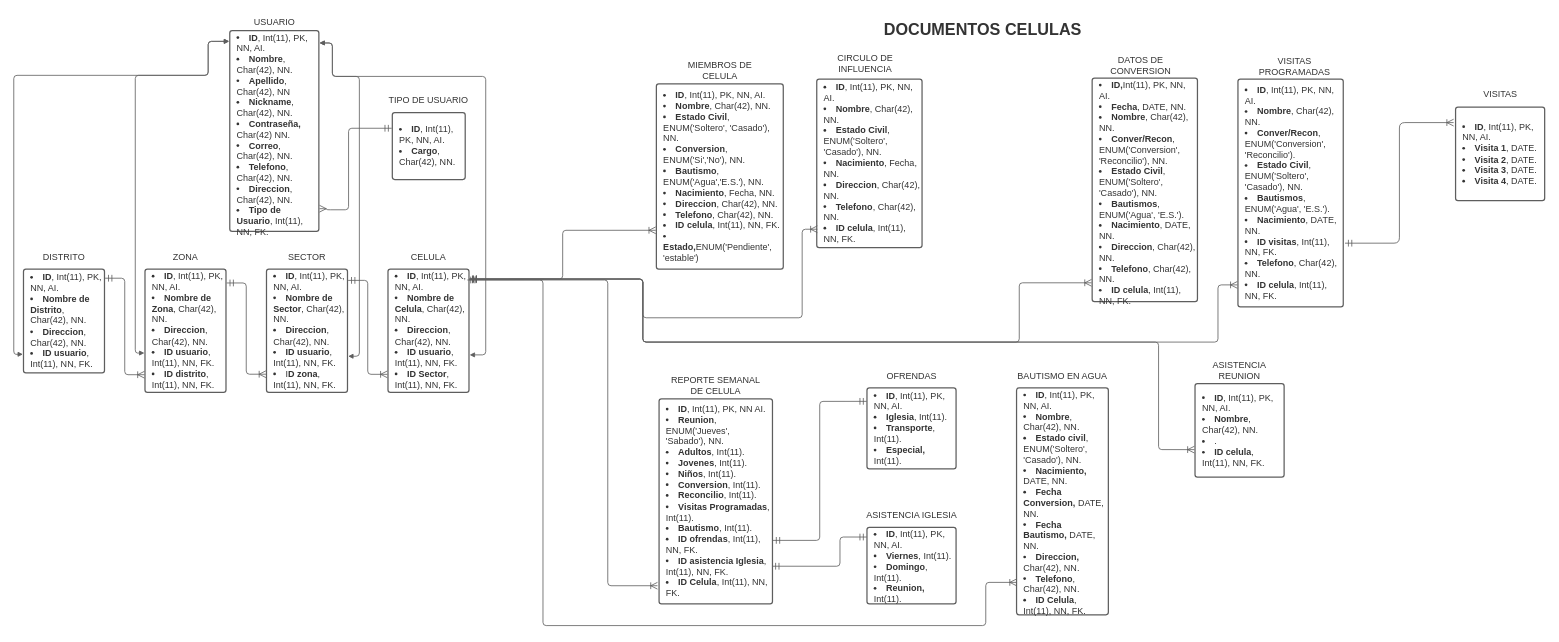
Before: page "entidad-relacion" (1 of 2) of Diagrama 1.drawio in KJCarvajal/la-cosecha, a draw.io diagram. Source tidied: cells renumbered, new cells numbered last; positions are measured from the earlier drawing's top-left corner, leaving out a move shared by most shapes. Both pictures are drawn from the tidied source at 54%, with x=0, y=0 at pixel (14, 10).
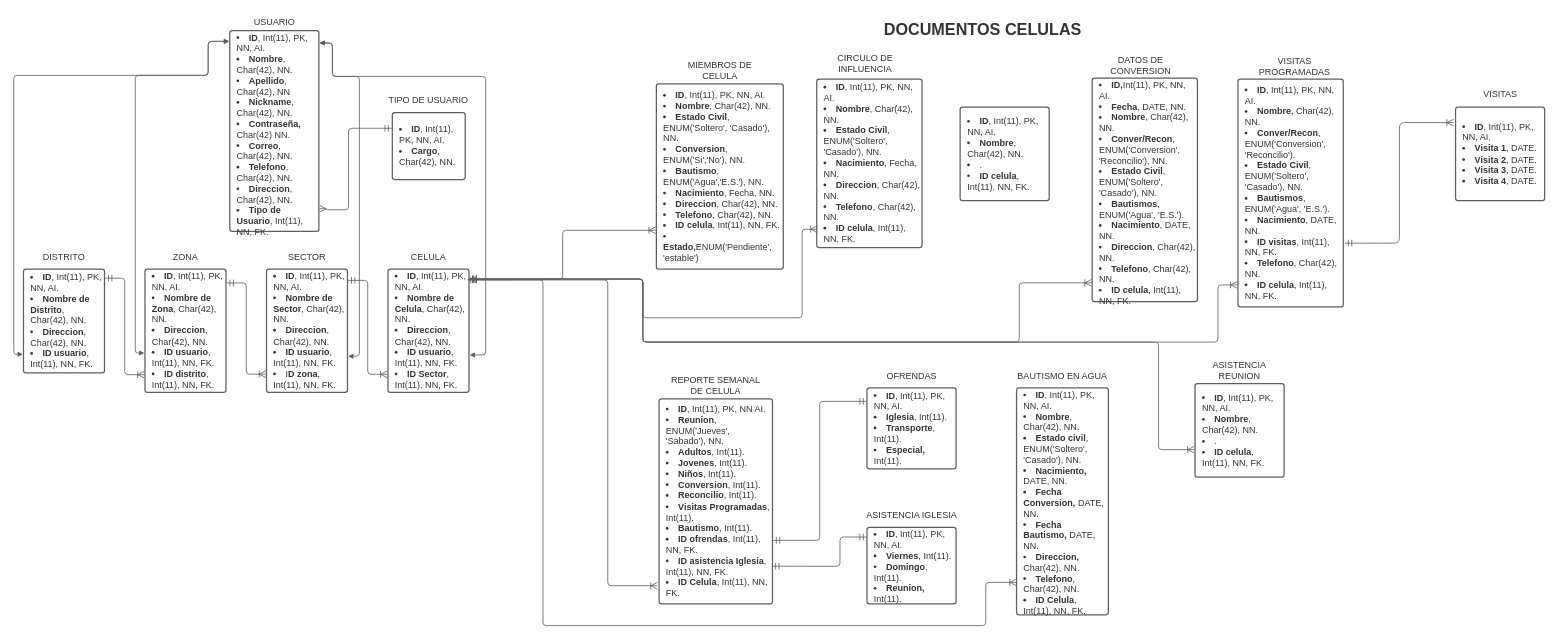
Above is the later version.

What changed in the source:
```diff
@@
+    <mxCell id="53" value="&lt;ul style=&quot;margin: 0px ; padding-left: 10px ; list-style-position: inside ; list-style-type: disc&quot;&gt;&lt;li style=&quot;text-align: left ; color: #333333 ; font-size: 16.7px&quot;&gt;&lt;span style=&quot;margin-left: 0px ; margin-top: -2px&quot;&gt;&lt;span style=&quot;font-size: 16.7px ; color: #333333 ; font-weight: bold&quot;&gt;ID&lt;/span&gt;&lt;span style=&quot;font-size: 16.7px ; color: #333333&quot;&gt;, Int(11), PK, NN, AI.&lt;/span&gt;&lt;/span&gt;&lt;/li&gt;&lt;li style=&quot;text-align: left ; color: #333333 ; font-size: 16.7px&quot;&gt;&lt;span style=&quot;margin-left: 0px ; margin-top: -2px&quot;&gt;&lt;span style=&quot;font-size: 16.7px ; color: #333333&quot;&gt;&lt;span style=&quot;font-size: 16.7px ; color: #333333 ; font-weight: bold&quot;&gt;Nombre&lt;/span&gt;, Char(42), NN.&lt;/span&gt;&lt;/span&gt;&lt;/li&gt;&lt;li style=&quot;text-align: left ; color: #333333 ; font-size: 16.7px&quot;&gt;&lt;span style=&quot;margin-left: 0px ; margin-top: -2px&quot;&gt;&lt;span style=&quot;font-size: 16.7px ; color: #333333&quot;&gt;.&lt;/span&gt;&lt;/span&gt;&lt;/li&gt;&lt;li style=&quot;text-align: left ; color: #333333 ; font-size: 16.7px&quot;&gt;&lt;span style=&quot;margin-left: 0px ; margin-top: -2px&quot;&gt;&lt;span style=&quot;font-size: 16.7px ; color: #333333&quot;&gt;&lt;span style=&quot;font-size: 16.7px ; color: #333333 ; font-weight: bold&quot;&gt;ID celula&lt;/span&gt;, Int(11), NN, FK.&lt;/span&gt;&lt;/span&gt;&lt;/li&gt;&lt;/ul&gt;" style="html=1;overflow=block;blockSpacing=1;whiteSpace=wrap;fontSize=13;spacing=3.8;strokeColor=#5e5e5e;strokeOpacity=100;rounded=1;absoluteArcSize=1;arcSize=9;strokeWidth=2.3;" parent="1" vertex="1">
+      <mxGeometry x="1752.5" y="180" width="165" height="173" as="geometry" />
+    </mxCell>
```
